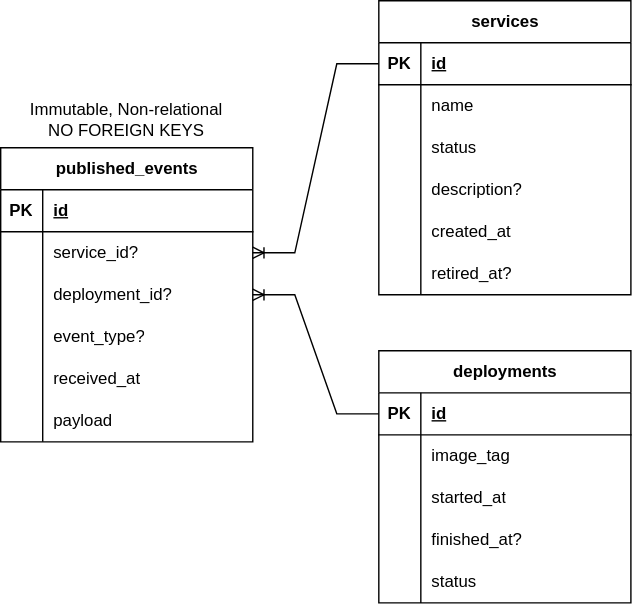
Above: services/backend/docs/erd-future-state.drawio.svg in kencopas/PortfolioApp (draw.io), before the change. Source tidied: cells renumbered, new cells last; positions are measured from the earlier drawing's top-left corner, leaving out a move shared by most shapes.
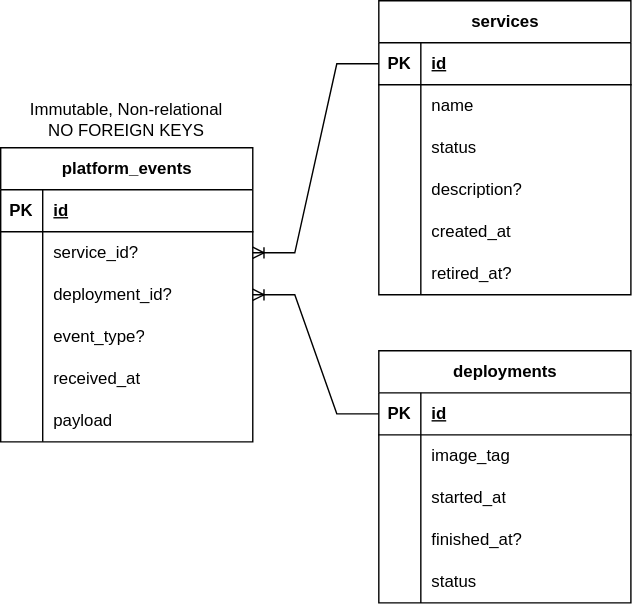
The same file after the commit.

What changed in the source:
```diff
@@ -50,7 +50,7 @@
     <mxCell id="17" value="status" style="shape=partialRectangle;fillColor=none;top=0;left=0;bottom=0;right=0;align=left;spacingLeft=6;overflow=hidden;whiteSpace=wrap;html=1;" parent="15" vertex="1">
       <mxGeometry x="30" width="150" height="30" as="geometry" />
     </mxCell>
-    <mxCell id="18" value="published_events" style="shape=table;startSize=30;rowLines=0;fontStyle=1;align=center;html=1;" parent="1" vertex="1">
+    <mxCell id="18" value="platform_events" style="shape=table;startSize=30;rowLines=0;fontStyle=1;align=center;html=1;" parent="1" vertex="1">
       <mxGeometry y="105" width="180" height="210" as="geometry" />
     </mxCell>
     <mxCell id="19" style="shape=tableRow;horizontal=0;startSize=0;swimlaneHead=0;swimlaneBody=0;fillColor=none;top=0;left=0;right=0;bottom=1;" parent="18" vertex="1">
```
